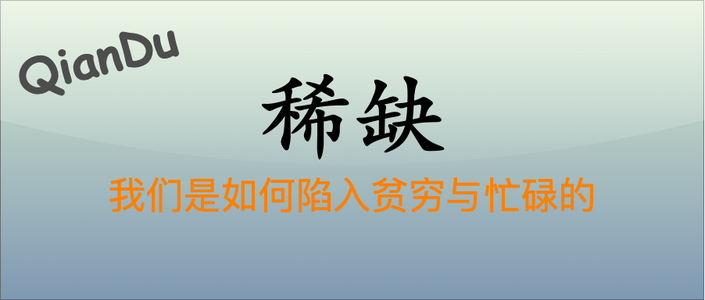
Earlier version of the draw.io export articles/perception/intellection/assets/浅读《稀缺：我们是如何陷入贫穷与忙碌的》.drawio.png (ThreeFish-AI/threefish-ai.github.io). Source tidied: cells renumbered, new cells last; positions are measured from the earlier drawing's top-left corner, leaving out a move shared by most shapes. The source it was exported from:
```xml
<mxGraphModel>
  <root>
    <mxCell id="0" />
    <mxCell id="1" parent="0" />
    <mxCell id="2" style="rounded=0;whiteSpace=wrap;html=1;spacingLeft=470;opacity=50;textOpacity=50;gradientColor=#003366;fillColor=#B9E0A5;glass=1;shadow=0;" parent="1" vertex="1">
      <mxGeometry width="900" height="383" as="geometry" />
    </mxCell>
    <mxCell id="3" value="&lt;font size=&quot;1&quot; style=&quot;&quot;&gt;&lt;b style=&quot;font-size: 120px;&quot;&gt;稀缺&lt;/b&gt;&lt;/font&gt;" style="text;html=1;align=center;verticalAlign=middle;strokeColor=none;fillColor=none;fontColor=#000000;fontFamily=Kaiti SC;" parent="1" vertex="1">
      <mxGeometry x="320" y="60" width="260" height="160" as="geometry" />
    </mxCell>
    <mxCell id="4" value="&lt;span style=&quot;font-family: 宋体; text-align: left; font-size: 48px;&quot;&gt;&lt;font color=&quot;#ff8000&quot; style=&quot;font-size: 48px;&quot;&gt;我们是如何陷入贫穷与忙碌的&lt;/font&gt;&lt;/span&gt;" style="text;html=1;align=center;verticalAlign=middle;strokeColor=none;fillColor=none;fontSize=48;fontColor=default;" parent="1" vertex="1">
      <mxGeometry x="125" y="215" width="650" height="70" as="geometry" />
    </mxCell>
    <mxCell id="5" value="QianDu" style="text;align=center;verticalAlign=top;strokeColor=none;fillColor=none;fontColor=#4D4D4D;fontFamily=Comic Sans MS;rotation=-15;opacity=50;rounded=0;labelBackgroundColor=none;labelBorderColor=none;gradientColor=#B3B3B3;textShadow=0;fontSize=60;fontStyle=1;" parent="1" vertex="1">
      <mxGeometry x="10" y="30" width="230" height="90" as="geometry" />
    </mxCell>
  </root>
</mxGraphModel>
```
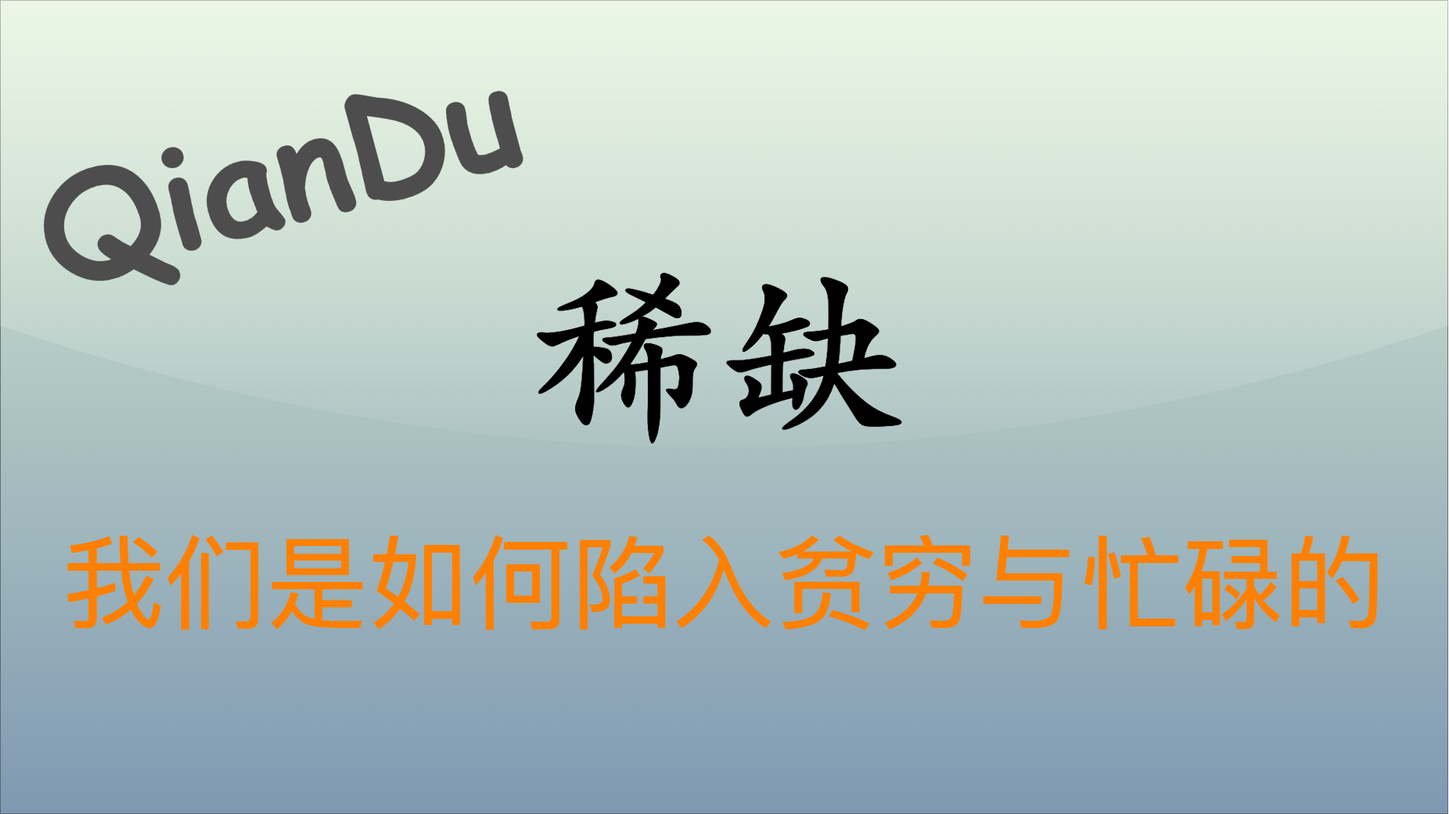
After the change.

The edit, as a diff of the source:
```diff
@@ -3,16 +3,16 @@
     <mxCell id="0" />
     <mxCell id="1" parent="0" />
     <mxCell id="2" style="rounded=0;whiteSpace=wrap;html=1;spacingLeft=470;opacity=50;textOpacity=50;gradientColor=#003366;fillColor=#B9E0A5;glass=1;shadow=0;" parent="1" vertex="1">
-      <mxGeometry width="900" height="383" as="geometry" />
+      <mxGeometry width="1850" height="1040" as="geometry" />
     </mxCell>
-    <mxCell id="3" value="&lt;font size=&quot;1&quot; style=&quot;&quot;&gt;&lt;b style=&quot;font-size: 120px;&quot;&gt;稀缺&lt;/b&gt;&lt;/font&gt;" style="text;html=1;align=center;verticalAlign=middle;strokeColor=none;fillColor=none;fontColor=#000000;fontFamily=Kaiti SC;" parent="1" vertex="1">
-      <mxGeometry x="320" y="60" width="260" height="160" as="geometry" />
+    <mxCell id="3" value="&lt;font color=&quot;#000000&quot; size=&quot;1&quot; style=&quot;&quot;&gt;&lt;b style=&quot;font-size: 240px;&quot;&gt;稀缺&lt;/b&gt;&lt;/font&gt;" style="text;html=1;align=left;verticalAlign=middle;strokeColor=none;fillColor=none;fontColor=default;fontFamily=Kaiti SC;" parent="1" vertex="1">
+      <mxGeometry x="675" y="290" width="500" height="300" as="geometry" />
     </mxCell>
-    <mxCell id="4" value="&lt;span style=&quot;font-family: 宋体; text-align: left; font-size: 48px;&quot;&gt;&lt;font color=&quot;#ff8000&quot; style=&quot;font-size: 48px;&quot;&gt;我们是如何陷入贫穷与忙碌的&lt;/font&gt;&lt;/span&gt;" style="text;html=1;align=center;verticalAlign=middle;strokeColor=none;fillColor=none;fontSize=48;fontColor=default;" parent="1" vertex="1">
-      <mxGeometry x="125" y="215" width="650" height="70" as="geometry" />
+    <mxCell id="4" value="&lt;span style=&quot;font-family: 宋体; text-align: left; font-size: 130px;&quot;&gt;&lt;font color=&quot;#ff8000&quot; style=&quot;font-size: 130px;&quot;&gt;我们是如何陷入贫穷与忙碌的&lt;/font&gt;&lt;/span&gt;" style="text;html=1;align=center;verticalAlign=middle;strokeColor=none;fillColor=none;fontSize=130;fontColor=default;" parent="1" vertex="1">
+      <mxGeometry x="70" y="660" width="1710" height="170" as="geometry" />
     </mxCell>
-    <mxCell id="5" value="QianDu" style="text;align=center;verticalAlign=top;strokeColor=none;fillColor=none;fontColor=#4D4D4D;fontFamily=Comic Sans MS;rotation=-15;opacity=50;rounded=0;labelBackgroundColor=none;labelBorderColor=none;gradientColor=#B3B3B3;textShadow=0;fontSize=60;fontStyle=1;" parent="1" vertex="1">
-      <mxGeometry x="10" y="30" width="230" height="90" as="geometry" />
+    <mxCell id="5" value="QianDu" style="text;align=center;verticalAlign=top;strokeColor=none;fillColor=none;fontColor=#4D4D4D;fontFamily=Comic Sans MS;rotation=-15;rounded=0;labelBackgroundColor=none;labelBorderColor=none;gradientColor=#B3B3B3;fontSize=180;fontStyle=1;" parent="1" vertex="1">
+      <mxGeometry x="30" y="100" width="650" height="230" as="geometry" />
     </mxCell>
   </root>
 </mxGraphModel>
```
